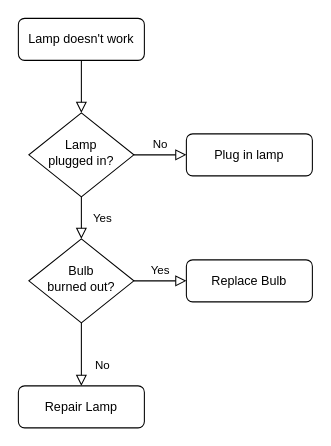
Earlier version of the draw.io diagram Untitled Diagram.drawio (FramNaVer/AdminDashborad). Source tidied: cells renumbered, new cells numbered last; positions are measured from the earlier drawing's top-left corner, leaving out a move shared by most shapes. Both pictures are drawn from the tidied source at 105%, with x=0, y=0 at pixel (18, 18).
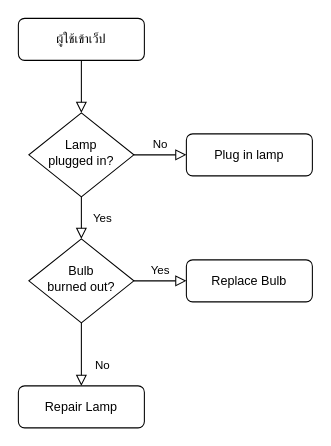
The same diagram, later.

What changed in the source:
```diff
@@
 <mxGraphModel>
   <root>
     <mxCell id="0" />
     <mxCell id="1" parent="0" />
     <mxCell id="2" style="rounded=0;html=1;jettySize=auto;fontSize=11;endArrow=block;endFill=0;endSize=8;strokeWidth=1;shadow=0;labelBackgroundColor=none;edgeStyle=orthogonalEdgeStyle;" parent="1" edge="1" source="3" target="6">
       <mxGeometry relative="1" as="geometry" />
     </mxCell>
-    <mxCell id="3" value="Lamp doesn't work" style="rounded=1;whiteSpace=wrap;html=1;fontSize=12;glass=0;strokeWidth=1;shadow=0;" parent="1" vertex="1">
+    <mxCell id="3" value="ผู้ใช้เข้าเว็ป" style="rounded=1;whiteSpace=wrap;html=1;fontSize=12;glass=0;strokeWidth=1;shadow=0;" parent="1" vertex="1">
       <mxGeometry width="120" height="40" as="geometry" />
     </mxCell>
     <mxCell id="4" value="Yes" style="rounded=0;html=1;jettySize=auto;fontSize=11;endArrow=block;endFill=0;endSize=8;strokeWidth=1;shadow=0;labelBackgroundColor=none;edgeStyle=orthogonalEdgeStyle;" parent="1" edge="1" source="6" target="10">
       <mxGeometry y="20" relative="1" as="geometry" />
     </mxCell>
     <mxCell id="5" value="No" style="edgeStyle=orthogonalEdgeStyle;rounded=0;html=1;jettySize=auto;fontSize=11;endArrow=block;endFill=0;endSize=8;strokeWidth=1;shadow=0;labelBackgroundColor=none;" parent="1" edge="1" source="6" target="7">
       <mxGeometry y="10" relative="1" as="geometry" />
     </mxCell>
     <mxCell id="6" value="Lamp&lt;br&gt;plugged in?" style="rhombus;whiteSpace=wrap;html=1;shadow=0;fontFamily=Helvetica;fontSize=12;align=center;strokeWidth=1;spacing=6;spacingTop=-4;" parent="1" vertex="1">
       <mxGeometry x="10" y="90" width="100" height="80" as="geometry" />
     </mxCell>
     <mxCell id="7" value="Plug in lamp" style="rounded=1;whiteSpace=wrap;html=1;fontSize=12;glass=0;strokeWidth=1;shadow=0;" parent="1" vertex="1">
       <mxGeometry x="160" y="110" width="120" height="40" as="geometry" />
     </mxCell>
     <mxCell id="8" value="No" style="rounded=0;html=1;jettySize=auto;fontSize=11;endArrow=block;endFill=0;endSize=8;strokeWidth=1;shadow=0;labelBackgroundColor=none;edgeStyle=orthogonalEdgeStyle;" parent="1" edge="1" source="10" target="11">
       <mxGeometry x="0.33" y="20" relative="1" as="geometry" />
     </mxCell>
     <mxCell id="9" value="Yes" style="edgeStyle=orthogonalEdgeStyle;rounded=0;html=1;jettySize=auto;fontSize=11;endArrow=block;endFill=0;endSize=8;strokeWidth=1;shadow=0;labelBackgroundColor=none;" parent="1" edge="1" source="10" target="12">
       <mxGeometry y="10" relative="1" as="geometry" />
     </mxCell>
     <mxCell id="10" value="Bulb&lt;br&gt;burned out?" style="rhombus;whiteSpace=wrap;html=1;shadow=0;fontFamily=Helvetica;fontSize=12;align=center;strokeWidth=1;spacing=6;spacingTop=-4;" parent="1" vertex="1">
       <mxGeometry x="10" y="210" width="100" height="80" as="geometry" />
     </mxCell>
     <mxCell id="11" value="Repair Lamp" style="rounded=1;whiteSpace=wrap;html=1;fontSize=12;glass=0;strokeWidth=1;shadow=0;" parent="1" vertex="1">
       <mxGeometry y="350" width="120" height="40" as="geometry" />
     </mxCell>
     <mxCell id="12" value="Replace Bulb" style="rounded=1;whiteSpace=wrap;html=1;fontSize=12;glass=0;strokeWidth=1;shadow=0;" parent="1" vertex="1">
       <mxGeometry x="160" y="230" width="120" height="40" as="geometry" />
     </mxCell>
   </root>
 </mxGraphModel>
```
